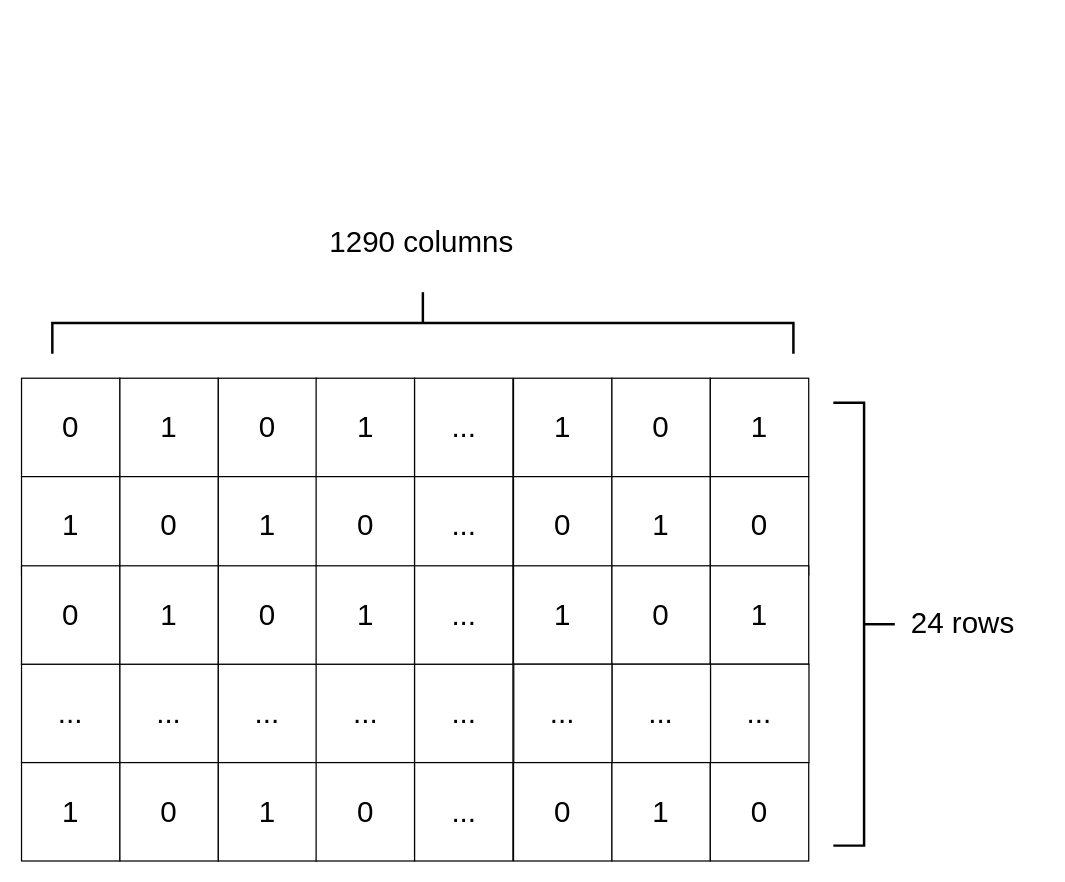
This is Diagrams/matrix5.drawio from sabarioded/Patterns_Project, a draw.io file, before an edit. Source tidied: cells renumbered, new cells numbered last; positions are measured from the earlier drawing's top-left corner, leaving out a move shared by most shapes. Both pictures are drawn from the tidied source at 123%, with x=0, y=0 at pixel (21, -48).
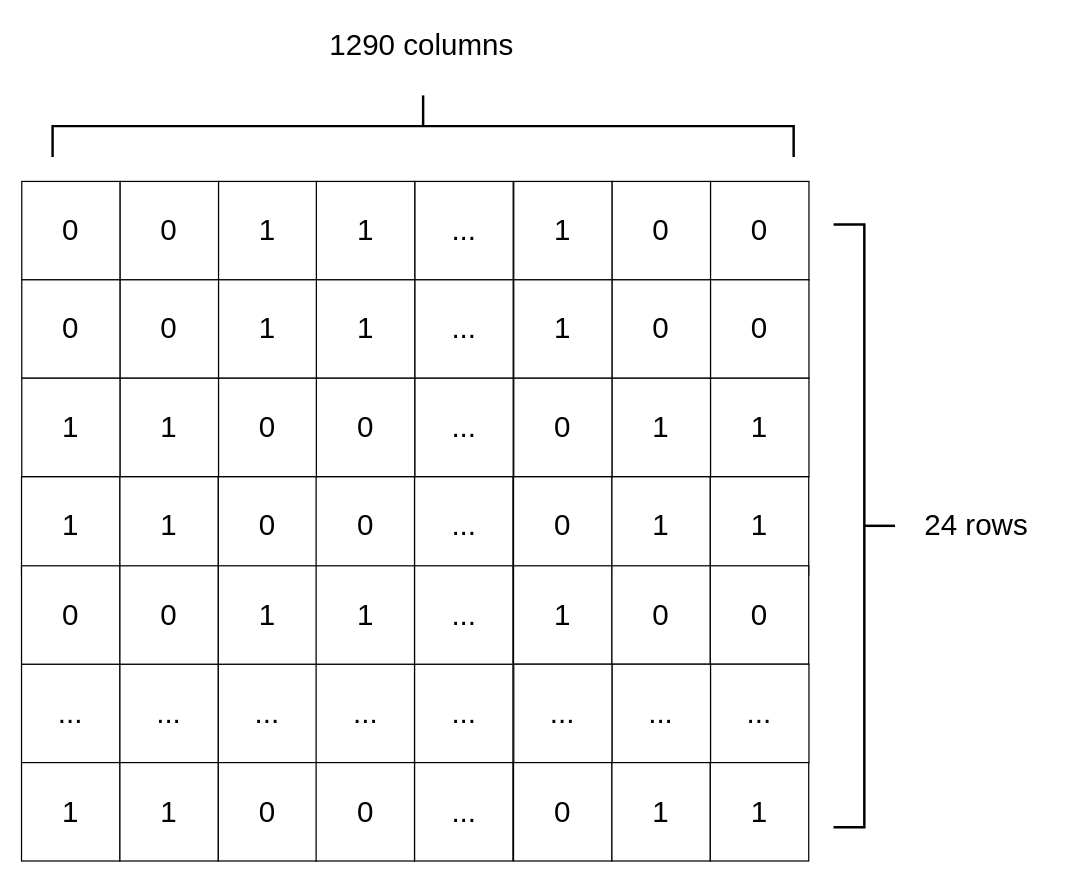
After the change.

What changed in the source:
```diff
@@
     <mxCell id="2" value="&lt;font style=&quot;font-size: 24px;&quot;&gt;0&lt;/font&gt;" style="rounded=0;whiteSpace=wrap;html=1;" parent="1" vertex="1">
-      <mxGeometry y="346" width="80" height="80" as="geometry" />
+      <mxGeometry x="0.2" y="186" width="80" height="80" as="geometry" />
     </mxCell>
-    <mxCell id="3" value="&lt;span style=&quot;font-size: 24px;&quot;&gt;1&lt;/span&gt;" style="rounded=0;whiteSpace=wrap;html=1;" parent="1" vertex="1">
-      <mxGeometry x="80" y="346" width="80" height="80" as="geometry" />
+    <mxCell id="3" value="&lt;span style=&quot;font-size: 24px;&quot;&gt;0&lt;/span&gt;" style="rounded=0;whiteSpace=wrap;html=1;" parent="1" vertex="1">
+      <mxGeometry x="80.2" y="186" width="80" height="80" as="geometry" />
     </mxCell>
-    <mxCell id="4" value="&lt;span style=&quot;font-size: 24px;&quot;&gt;0&lt;/span&gt;" style="rounded=0;whiteSpace=wrap;html=1;" parent="1" vertex="1">
-      <mxGeometry x="160" y="346" width="80" height="80" as="geometry" />
+    <mxCell id="4" value="&lt;span style=&quot;font-size: 24px;&quot;&gt;1&lt;/span&gt;" style="rounded=0;whiteSpace=wrap;html=1;" parent="1" vertex="1">
+      <mxGeometry x="160.2" y="186" width="80" height="80" as="geometry" />
     </mxCell>
     <mxCell id="5" value="&lt;font style=&quot;font-size: 24px;&quot;&gt;...&lt;/font&gt;" style="rounded=0;whiteSpace=wrap;html=1;" parent="1" vertex="1">
-      <mxGeometry x="319.5" y="346" width="80" height="80" as="geometry" />
+      <mxGeometry x="319.7" y="186" width="80" height="80" as="geometry" />
     </mxCell>
     <mxCell id="6" value="&lt;span style=&quot;font-size: 24px;&quot;&gt;1&lt;/span&gt;" style="rounded=0;whiteSpace=wrap;html=1;" parent="1" vertex="1">
-      <mxGeometry x="400" y="346" width="80" height="80" as="geometry" />
+      <mxGeometry x="400.2" y="186" width="80" height="80" as="geometry" />
     </mxCell>
     <mxCell id="7" value="&lt;span style=&quot;font-size: 24px;&quot;&gt;0&lt;/span&gt;" style="rounded=0;whiteSpace=wrap;html=1;" parent="1" vertex="1">
-      <mxGeometry x="480" y="346" width="80" height="80" as="geometry" />
+      <mxGeometry x="480.2" y="186" width="80" height="80" as="geometry" />
     </mxCell>
-    <mxCell id="8" value="&lt;span style=&quot;font-size: 24px;&quot;&gt;1&lt;/span&gt;" style="rounded=0;whiteSpace=wrap;html=1;" parent="1" vertex="1">
-      <mxGeometry x="560" y="346" width="80" height="80" as="geometry" />
+    <mxCell id="8" value="&lt;span style=&quot;font-size: 24px;&quot;&gt;0&lt;/span&gt;" style="rounded=0;whiteSpace=wrap;html=1;" parent="1" vertex="1">
+      <mxGeometry x="560.2" y="186" width="80" height="80" as="geometry" />
     </mxCell>
@@
-    <mxCell id="10" value="&lt;span style=&quot;font-size: 24px;&quot;&gt;0&lt;/span&gt;" style="rounded=0;whiteSpace=wrap;html=1;" parent="1" vertex="1">
+    <mxCell id="10" value="&lt;span style=&quot;font-size: 24px;&quot;&gt;1&lt;/span&gt;" style="rounded=0;whiteSpace=wrap;html=1;" parent="1" vertex="1">
       <mxGeometry x="80" y="426" width="80" height="80" as="geometry" />
     </mxCell>
-    <mxCell id="11" value="&lt;span style=&quot;font-size: 24px;&quot;&gt;1&lt;/span&gt;" style="rounded=0;whiteSpace=wrap;html=1;" parent="1" vertex="1">
+    <mxCell id="11" value="&lt;span style=&quot;font-size: 24px;&quot;&gt;0&lt;/span&gt;" style="rounded=0;whiteSpace=wrap;html=1;" parent="1" vertex="1">
       <mxGeometry x="160" y="426" width="80" height="80" as="geometry" />
     </mxCell>
@@
     <mxCell id="17" style="strokeWidth=2;html=1;shape=mxgraph.flowchart.annotation_2;align=left;labelPosition=right;rotation=-180;" parent="1" vertex="1">
-      <mxGeometry x="660" y="366" width="50" height="360" as="geometry" />
+      <mxGeometry x="660.2" y="221" width="50" height="490" as="geometry" />
     </mxCell>
     <mxCell id="18" value="&lt;font style=&quot;font-size: 24px;&quot;&gt;24 rows&lt;/font&gt;" style="text;html=1;align=center;verticalAlign=middle;strokeColor=none;fillColor=none;" parent="1" vertex="1">
-      <mxGeometry x="710" y="526" width="110" height="40" as="geometry" />
+      <mxGeometry x="721.2" y="446" width="110" height="40" as="geometry" />
     </mxCell>
     <mxCell id="19" style="strokeWidth=2;html=1;shape=mxgraph.flowchart.annotation_2;align=left;labelPosition=right;rotation=90;" parent="1" vertex="1">
-      <mxGeometry x="301.3" y="-0.2" width="50" height="602.5" as="geometry" />
+      <mxGeometry x="301.5" y="-160.2" width="50" height="602.5" as="geometry" />
     </mxCell>
     <mxCell id="20" value="&lt;font style=&quot;font-size: 24px;&quot;&gt;1290 columns&lt;/font&gt;" style="text;html=1;align=center;verticalAlign=middle;strokeColor=none;fillColor=none;" parent="1" vertex="1">
-      <mxGeometry x="239.5" y="216" width="170" height="40" as="geometry" />
+      <mxGeometry x="239.7" y="56" width="170" height="40" as="geometry" />
     </mxCell>
     <mxCell id="21" value="&lt;span style=&quot;font-size: 24px;&quot;&gt;1&lt;/span&gt;" style="rounded=0;whiteSpace=wrap;html=1;" parent="1" vertex="1">
-      <mxGeometry x="239.5" y="346" width="80" height="80" as="geometry" />
+      <mxGeometry x="239.7" y="186" width="80" height="80" as="geometry" />
     </mxCell>
@@
-    <mxCell id="26" value="&lt;span style=&quot;font-size: 24px;&quot;&gt;0&lt;/span&gt;" style="rounded=0;whiteSpace=wrap;html=1;" parent="1" vertex="1">
+    <mxCell id="26" value="&lt;span style=&quot;font-size: 24px;&quot;&gt;1&lt;/span&gt;" style="rounded=0;whiteSpace=wrap;html=1;" parent="1" vertex="1">
       <mxGeometry x="560" y="426" width="80" height="80" as="geometry" />
     </mxCell>
@@
-    <mxCell id="28" value="&lt;span style=&quot;font-size: 24px;&quot;&gt;1&lt;/span&gt;" style="rounded=0;whiteSpace=wrap;html=1;" parent="1" vertex="1">
+    <mxCell id="28" value="&lt;span style=&quot;font-size: 24px;&quot;&gt;0&lt;/span&gt;" style="rounded=0;whiteSpace=wrap;html=1;" parent="1" vertex="1">
       <mxGeometry x="80" y="498.5" width="80" height="80" as="geometry" />
     </mxCell>
-    <mxCell id="29" value="&lt;span style=&quot;font-size: 24px;&quot;&gt;0&lt;/span&gt;" style="rounded=0;whiteSpace=wrap;html=1;" parent="1" vertex="1">
+    <mxCell id="29" value="&lt;span style=&quot;font-size: 24px;&quot;&gt;1&lt;/span&gt;" style="rounded=0;whiteSpace=wrap;html=1;" parent="1" vertex="1">
       <mxGeometry x="160" y="498.5" width="80" height="80" as="geometry" />
     </mxCell>
@@
-    <mxCell id="33" value="&lt;span style=&quot;font-size: 24px;&quot;&gt;1&lt;/span&gt;" style="rounded=0;whiteSpace=wrap;html=1;" parent="1" vertex="1">
+    <mxCell id="33" value="&lt;span style=&quot;font-size: 24px;&quot;&gt;0&lt;/span&gt;" style="rounded=0;whiteSpace=wrap;html=1;" parent="1" vertex="1">
       <mxGeometry x="560" y="498.5" width="80" height="80" as="geometry" />
     </mxCell>
@@
-    <mxCell id="39" value="&lt;span style=&quot;font-size: 24px;&quot;&gt;0&lt;/span&gt;" style="rounded=0;whiteSpace=wrap;html=1;" parent="1" vertex="1">
+    <mxCell id="39" value="&lt;span style=&quot;font-size: 24px;&quot;&gt;1&lt;/span&gt;" style="rounded=0;whiteSpace=wrap;html=1;" parent="1" vertex="1">
       <mxGeometry x="80" y="658.5" width="80" height="80" as="geometry" />
     </mxCell>
-    <mxCell id="40" value="&lt;span style=&quot;font-size: 24px;&quot;&gt;1&lt;/span&gt;" style="rounded=0;whiteSpace=wrap;html=1;" parent="1" vertex="1">
+    <mxCell id="40" value="&lt;span style=&quot;font-size: 24px;&quot;&gt;0&lt;/span&gt;" style="rounded=0;whiteSpace=wrap;html=1;" parent="1" vertex="1">
       <mxGeometry x="160" y="658.5" width="80" height="80" as="geometry" />
     </mxCell>
@@
-    <mxCell id="44" value="&lt;span style=&quot;font-size: 24px;&quot;&gt;0&lt;/span&gt;" style="rounded=0;whiteSpace=wrap;html=1;" parent="1" vertex="1">
+    <mxCell id="44" value="&lt;span style=&quot;font-size: 24px;&quot;&gt;1&lt;/span&gt;" style="rounded=0;whiteSpace=wrap;html=1;" parent="1" vertex="1">
       <mxGeometry x="560" y="658.5" width="80" height="80" as="geometry" />
     </mxCell>
@@
+    <mxCell id="46" value="&lt;font style=&quot;font-size: 24px;&quot;&gt;0&lt;/font&gt;" style="rounded=0;whiteSpace=wrap;html=1;" parent="1" vertex="1">
+      <mxGeometry x="0.2" y="266" width="80" height="80" as="geometry" />
+    </mxCell>
+    <mxCell id="47" value="&lt;span style=&quot;font-size: 24px;&quot;&gt;0&lt;/span&gt;" style="rounded=0;whiteSpace=wrap;html=1;" parent="1" vertex="1">
+      <mxGeometry x="80.2" y="266" width="80" height="80" as="geometry" />
+    </mxCell>
+    <mxCell id="48" value="&lt;span style=&quot;font-size: 24px;&quot;&gt;1&lt;/span&gt;" style="rounded=0;whiteSpace=wrap;html=1;" parent="1" vertex="1">
+      <mxGeometry x="160.2" y="266" width="80" height="80" as="geometry" />
+    </mxCell>
+    <mxCell id="49" value="&lt;font style=&quot;font-size: 24px;&quot;&gt;...&lt;/font&gt;" style="rounded=0;whiteSpace=wrap;html=1;" parent="1" vertex="1">
+      <mxGeometry x="319.7" y="266" width="80" height="80" as="geometry" />
+    </mxCell>
+    <mxCell id="50" value="&lt;span style=&quot;font-size: 24px;&quot;&gt;1&lt;/span&gt;" style="rounded=0;whiteSpace=wrap;html=1;" parent="1" vertex="1">
+      <mxGeometry x="400.2" y="266" width="80" height="80" as="geometry" />
+    </mxCell>
+    <mxCell id="51" value="&lt;span style=&quot;font-size: 24px;&quot;&gt;0&lt;/span&gt;" style="rounded=0;whiteSpace=wrap;html=1;" parent="1" vertex="1">
+      <mxGeometry x="480.2" y="266" width="80" height="80" as="geometry" />
+    </mxCell>
+    <mxCell id="52" value="&lt;span style=&quot;font-size: 24px;&quot;&gt;0&lt;/span&gt;" style="rounded=0;whiteSpace=wrap;html=1;" parent="1" vertex="1">
+      <mxGeometry x="560.2" y="266" width="80" height="80" as="geometry" />
+    </mxCell>
+    <mxCell id="53" value="&lt;span style=&quot;font-size: 24px;&quot;&gt;1&lt;/span&gt;" style="rounded=0;whiteSpace=wrap;html=1;" parent="1" vertex="1">
+      <mxGeometry x="239.7" y="266" width="80" height="80" as="geometry" />
+    </mxCell>
+    <mxCell id="54" value="&lt;span style=&quot;font-size: 24px;&quot;&gt;1&lt;/span&gt;" style="rounded=0;whiteSpace=wrap;html=1;" parent="1" vertex="1">
+      <mxGeometry x="0.2" y="346" width="80" height="80" as="geometry" />
+    </mxCell>
+    <mxCell id="55" value="&lt;span style=&quot;font-size: 24px;&quot;&gt;1&lt;/span&gt;" style="rounded=0;whiteSpace=wrap;html=1;" parent="1" vertex="1">
+      <mxGeometry x="80.2" y="346" width="80" height="80" as="geometry" />
+    </mxCell>
+    <mxCell id="56" value="&lt;span style=&quot;font-size: 24px;&quot;&gt;0&lt;/span&gt;" style="rounded=0;whiteSpace=wrap;html=1;" parent="1" vertex="1">
+      <mxGeometry x="160.2" y="346" width="80" height="80" as="geometry" />
+    </mxCell>
+    <mxCell id="57" value="&lt;font style=&quot;font-size: 24px;&quot;&gt;...&lt;/font&gt;" style="rounded=0;whiteSpace=wrap;html=1;" parent="1" vertex="1">
+      <mxGeometry x="319.7" y="346" width="80" height="80" as="geometry" />
+    </mxCell>
+    <mxCell id="58" value="&lt;span style=&quot;font-size: 24px;&quot;&gt;0&lt;/span&gt;" style="rounded=0;whiteSpace=wrap;html=1;" parent="1" vertex="1">
+      <mxGeometry x="239.7" y="346" width="80" height="80" as="geometry" />
+    </mxCell>
+    <mxCell id="59" value="&lt;span style=&quot;font-size: 24px;&quot;&gt;0&lt;/span&gt;" style="rounded=0;whiteSpace=wrap;html=1;" parent="1" vertex="1">
+      <mxGeometry x="400.2" y="346" width="80" height="80" as="geometry" />
+    </mxCell>
+    <mxCell id="60" value="&lt;span style=&quot;font-size: 24px;&quot;&gt;1&lt;/span&gt;" style="rounded=0;whiteSpace=wrap;html=1;" parent="1" vertex="1">
+      <mxGeometry x="480.2" y="346" width="80" height="80" as="geometry" />
+    </mxCell>
+    <mxCell id="61" value="&lt;span style=&quot;font-size: 24px;&quot;&gt;1&lt;/span&gt;" style="rounded=0;whiteSpace=wrap;html=1;" parent="1" vertex="1">
+      <mxGeometry x="560.2" y="346" width="80" height="80" as="geometry" />
+    </mxCell>
```
